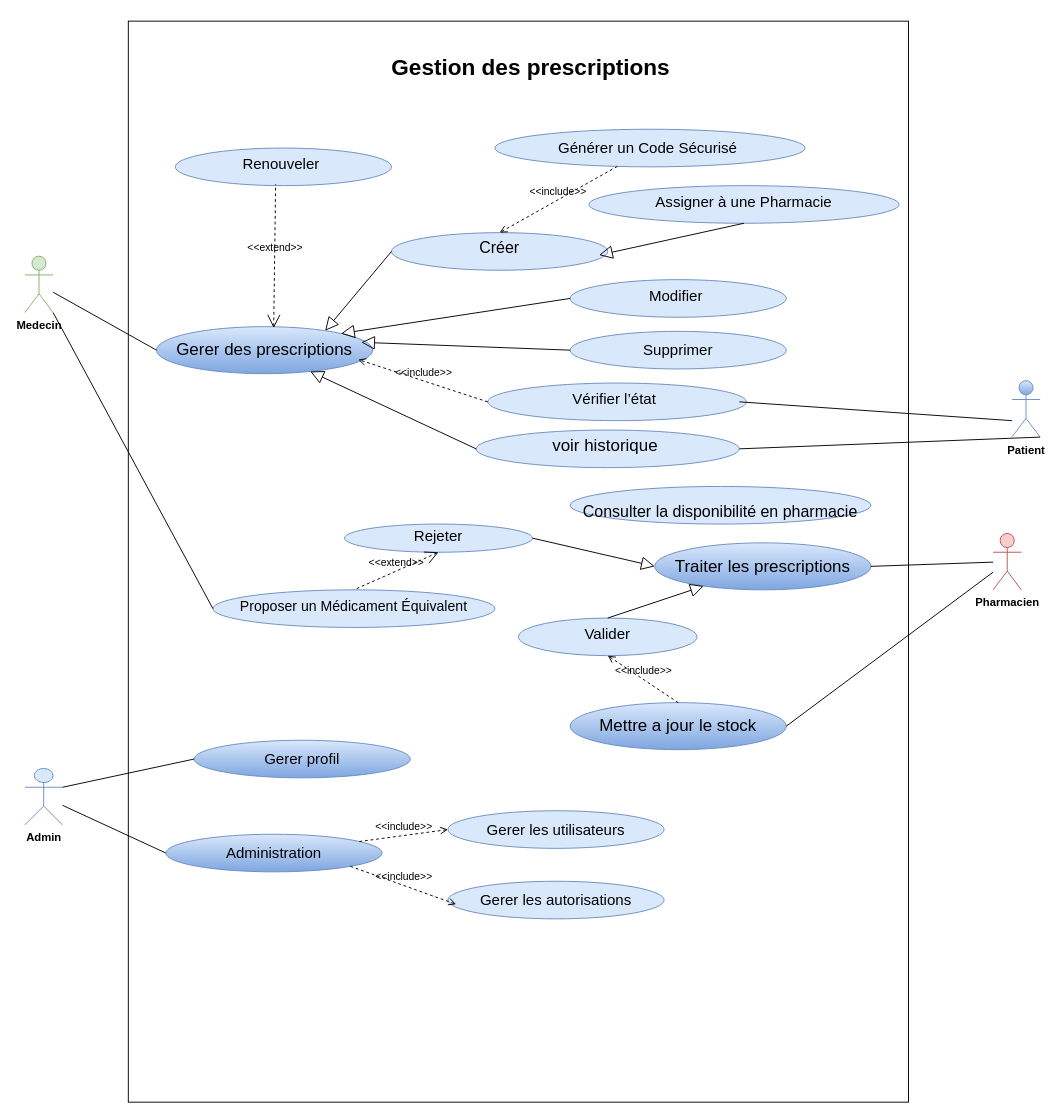
This is Diagramme sans nom.drawio from siwar630/Conception-pfe, a draw.io file, before an edit. Source tidied: cells renumbered, new cells numbered last; positions are measured from the earlier drawing's top-left corner, leaving out a move shared by most shapes. Both pictures are drawn from the tidied source at 94%, with x=0, y=0 at pixel (24, 21).
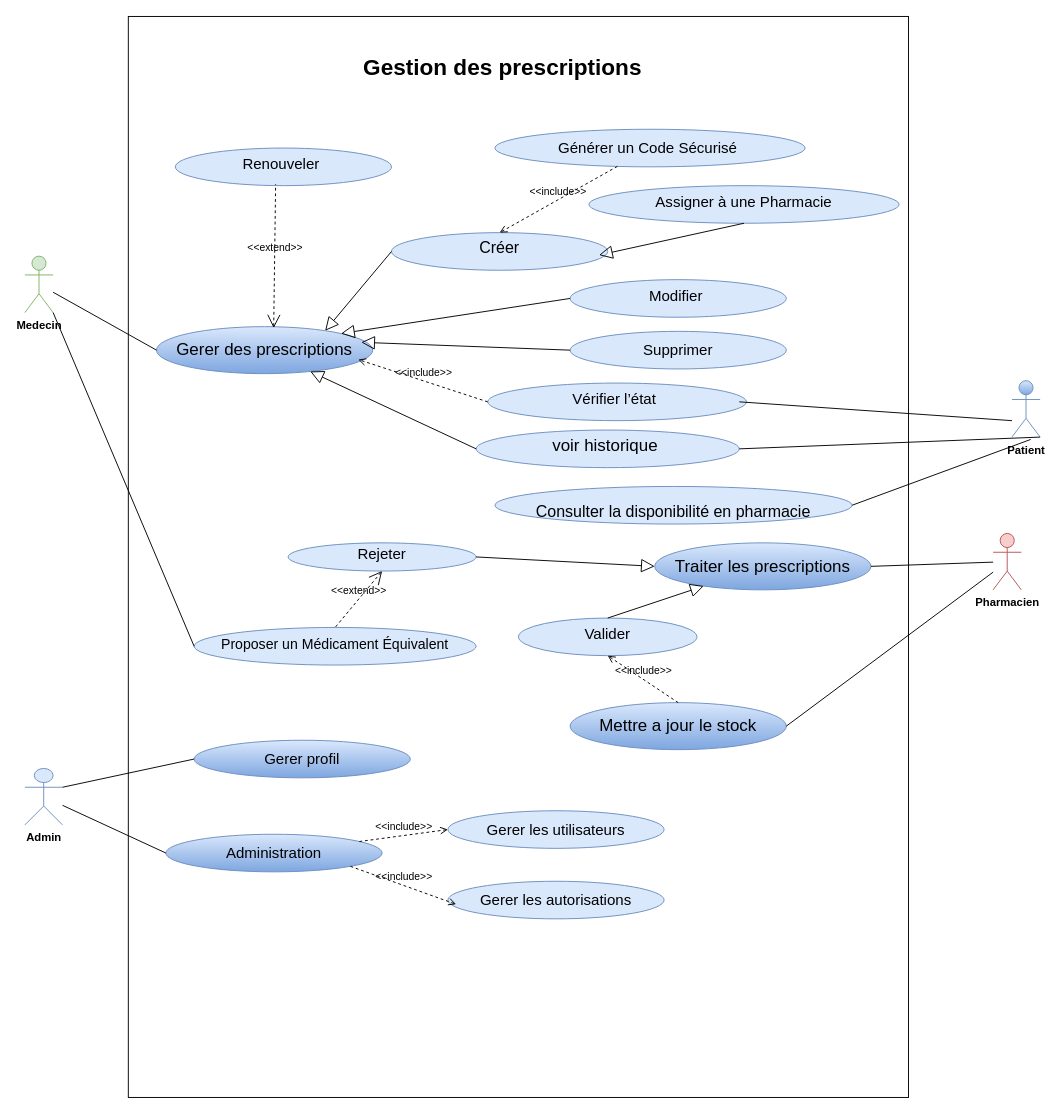
After the change.

Commit message:
Mettre à jour Diagramme use case Global.drawio

Change to the diagram source:
```diff
@@
     <mxCell id="2" style="html=1;whiteSpace=wrap;" parent="1" vertex="1">
-      <mxGeometry x="110" width="830" height="1150" as="geometry" />
+      <mxGeometry x="110" y="-5" width="830" height="1150" as="geometry" />
     </mxCell>
     <mxCell id="3" value="&lt;b&gt;&lt;font style=&quot;font-size: 24px;&quot;&gt;&amp;nbsp;Gestion des prescriptions&lt;/font&gt;&lt;/b&gt;" style="text;html=1;align=center;verticalAlign=middle;whiteSpace=wrap;rounded=0;" parent="1" vertex="1">
-      <mxGeometry x="340" y="35" width="390" height="30" as="geometry" />
+      <mxGeometry x="310" y="35" width="390" height="30" as="geometry" />
     </mxCell>
@@
     <mxCell id="15" value="&lt;table&gt;&lt;tbody&gt;&lt;tr&gt;&lt;td&gt;&lt;table&gt;&lt;tbody&gt;&lt;tr&gt;&lt;td&gt;&lt;font style=&quot;font-size: 15px;&quot;&gt;Proposer un Médicament Équivalent&lt;/font&gt;&lt;/td&gt;&lt;/tr&gt;&lt;/tbody&gt;&lt;/table&gt;&lt;table&gt;&lt;tbody&gt;&lt;tr&gt;&lt;td&gt;&lt;/td&gt;&lt;/tr&gt;&lt;/tbody&gt;&lt;/table&gt;&lt;table&gt;&lt;tbody&gt;&lt;tr&gt;&lt;/tr&gt;&lt;/tbody&gt;&lt;/table&gt;&lt;/td&gt;&lt;/tr&gt;&lt;/tbody&gt;&lt;/table&gt;" style="ellipse;whiteSpace=wrap;html=1;align=center;fillColor=#dae8fc;strokeColor=#6c8ebf;" parent="1" vertex="1">
-      <mxGeometry x="200" y="605" width="300" height="40" as="geometry" />
+      <mxGeometry x="180" y="645" width="300" height="40" as="geometry" />
     </mxCell>
@@
     <mxCell id="17" value="&lt;table&gt;&lt;tbody&gt;&lt;tr&gt;&lt;td&gt;&lt;table&gt;&lt;tbody&gt;&lt;tr&gt;&lt;td&gt;&lt;span style=&quot;font-size: 16px;&quot;&gt;Rejeter&lt;/span&gt;&lt;/td&gt;&lt;/tr&gt;&lt;/tbody&gt;&lt;/table&gt;&lt;table&gt;&lt;tbody&gt;&lt;tr&gt;&lt;td&gt;&lt;/td&gt;&lt;/tr&gt;&lt;/tbody&gt;&lt;/table&gt;&lt;table&gt;&lt;tbody&gt;&lt;tr&gt;&lt;/tr&gt;&lt;/tbody&gt;&lt;/table&gt;&lt;/td&gt;&lt;/tr&gt;&lt;/tbody&gt;&lt;/table&gt;" style="ellipse;whiteSpace=wrap;html=1;align=center;fillColor=#dae8fc;strokeColor=#6c8ebf;" parent="1" vertex="1">
-      <mxGeometry x="340" y="535" width="200" height="30" as="geometry" />
+      <mxGeometry x="280" y="555" width="200" height="30" as="geometry" />
     </mxCell>
@@
     <mxCell id="49" value="&lt;br&gt;&lt;font style=&quot;font-size: 17px;&quot;&gt;Consulter la disponibilité en pharmacie&lt;br&gt;&lt;/font&gt;" style="ellipse;whiteSpace=wrap;html=1;align=center;fillColor=#dae8fc;strokeColor=#6c8ebf;" parent="1" vertex="1">
-      <mxGeometry x="580" y="495" width="320" height="40" as="geometry" />
+      <mxGeometry x="500" y="495" width="380" height="40" as="geometry" />
     </mxCell>
+    <mxCell id="50" style="edgeStyle=none;html=1;endArrow=none;verticalAlign=bottom;rounded=0;entryX=1;entryY=0.5;entryDx=0;entryDy=0;" parent="1" edge="1" target="49">
+      <mxGeometry relative="1" as="geometry">
+        <mxPoint x="1070" y="445" as="sourcePoint" />
+      </mxGeometry>
+    </mxCell>
+    <mxCell id="51" style="edgeStyle=orthogonalEdgeStyle;rounded=0;orthogonalLoop=1;jettySize=auto;html=1;exitX=0.5;exitY=1;exitDx=0;exitDy=0;" parent="1" edge="1" source="17" target="17">
+      <mxGeometry relative="1" as="geometry" />
+    </mxCell>
```
